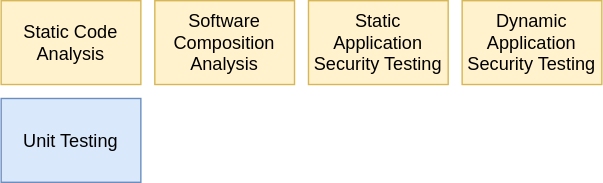
This is website/static/shift-left/csl-types.drawio.svg from graeme-lockley/my-playbook, a draw.io export, as it was before one commit. Source tidied: cells renumbered, new cells last; positions are measured from the earlier drawing's top-left corner, leaving out a move shared by most shapes.
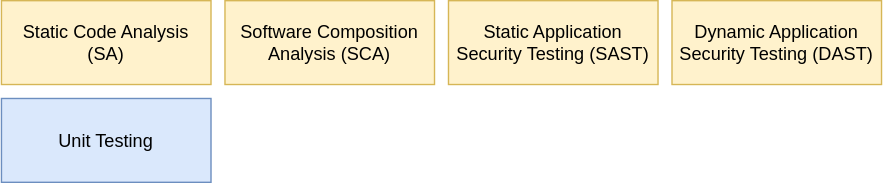
Above is the later version.

Commit message:
feature: add acronyms

Diff of the diagram source:
```diff
@@ -2,20 +2,20 @@
   <root>
     <mxCell id="0" />
     <mxCell id="1" parent="0" />
-    <mxCell id="2" value="Static Code Analysis" style="rounded=0;whiteSpace=wrap;html=1;fillColor=#fff2cc;strokeColor=#d6b656;fontSize=13;fontColor=#000000;" parent="1" vertex="1">
-      <mxGeometry width="100" height="60" as="geometry" />
+    <mxCell id="2" value="Static Code Analysis (SA)" style="rounded=0;whiteSpace=wrap;html=1;fillColor=#fff2cc;strokeColor=#d6b656;fontSize=13;fontColor=#000000;" parent="1" vertex="1">
+      <mxGeometry width="150" height="60" as="geometry" />
     </mxCell>
-    <mxCell id="3" value="Software Composition Analysis" style="rounded=0;whiteSpace=wrap;html=1;fillColor=#fff2cc;strokeColor=#d6b656;fontSize=13;fontColor=#000000;" parent="1" vertex="1">
-      <mxGeometry x="110" width="100" height="60" as="geometry" />
+    <mxCell id="3" value="Software Composition Analysis (SCA)" style="rounded=0;whiteSpace=wrap;html=1;fillColor=#fff2cc;strokeColor=#d6b656;fontSize=13;fontColor=#000000;" parent="1" vertex="1">
+      <mxGeometry x="160" width="150" height="60" as="geometry" />
     </mxCell>
-    <mxCell id="4" value="Static Application Security Testing" style="rounded=0;whiteSpace=wrap;html=1;fillColor=#fff2cc;strokeColor=#d6b656;fontSize=13;fontColor=#000000;" parent="1" vertex="1">
-      <mxGeometry x="220" width="100" height="60" as="geometry" />
+    <mxCell id="4" value="Static Application Security Testing (SAST)" style="rounded=0;whiteSpace=wrap;html=1;fillColor=#fff2cc;strokeColor=#d6b656;fontSize=13;fontColor=#000000;" parent="1" vertex="1">
+      <mxGeometry x="320" width="150" height="60" as="geometry" />
     </mxCell>
-    <mxCell id="5" value="Dynamic Application Security Testing" style="rounded=0;whiteSpace=wrap;html=1;fillColor=#fff2cc;strokeColor=#d6b656;fontSize=13;fontColor=#000000;" parent="1" vertex="1">
-      <mxGeometry x="330" width="100" height="60" as="geometry" />
+    <mxCell id="5" value="Dynamic Application Security Testing (DAST)" style="rounded=0;whiteSpace=wrap;html=1;fillColor=#fff2cc;strokeColor=#d6b656;fontSize=13;fontColor=#000000;" parent="1" vertex="1">
+      <mxGeometry x="480" width="150" height="60" as="geometry" />
     </mxCell>
     <mxCell id="6" value="Unit Testing" style="rounded=0;whiteSpace=wrap;html=1;fillColor=#dae8fc;strokeColor=#6c8ebf;fontSize=13;fontColor=#000000;" parent="1" vertex="1">
-      <mxGeometry y="70" width="100" height="60" as="geometry" />
+      <mxGeometry y="70" width="150" height="60" as="geometry" />
     </mxCell>
   </root>
 </mxGraphModel>
```
